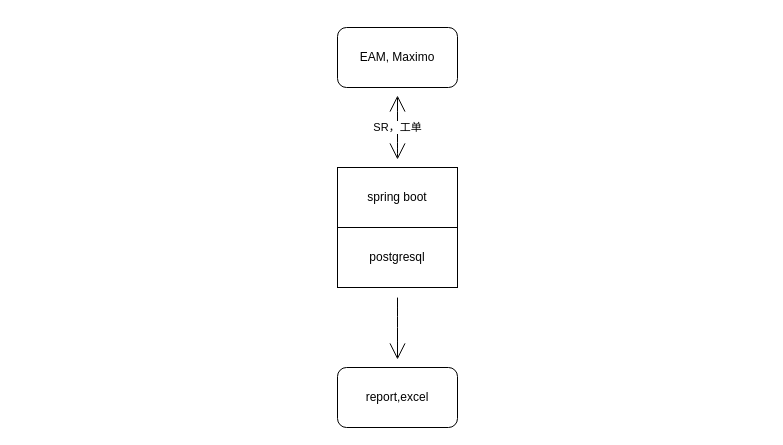
Before: 云端透视.drawio in tonyleifang/tony, a draw.io diagram. Source tidied: cells renumbered, new cells numbered last; positions are measured from the earlier drawing's top-left corner, leaving out a move shared by most shapes. Both pictures are drawn from the tidied source at 100%, with x=0, y=0 at pixel (337, 27).
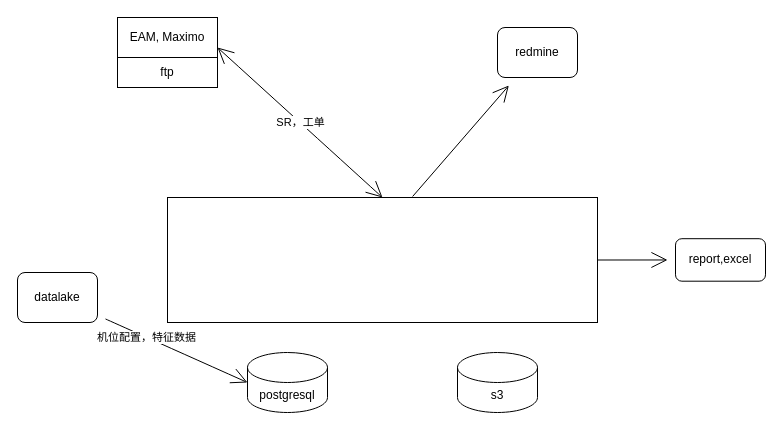
After the change.

Commit message:
更新云端透视.drawio

What changed in the source:
```diff
@@
 <mxGraphModel>
   <root>
     <mxCell id="0" />
     <mxCell id="1" parent="0" />
-    <mxCell id="2" style="edgeStyle=none;curved=1;rounded=0;jettySize=auto;html=1;endArrow=open;startSize=14;endSize=14;sourcePerimeterSpacing=8;targetPerimeterSpacing=8;" parent="1" edge="1" target="4">
-      <mxGeometry relative="1" as="geometry">
-        <mxPoint x="60" y="272" as="sourcePoint" />
-        <Array as="points">
-          <mxPoint x="60" y="260" />
-        </Array>
-      </mxGeometry>
-    </mxCell>
-    <mxCell id="3" value="SR，工单" style="edgeStyle=none;curved=1;rounded=0;jettySize=auto;html=1;endArrow=open;startSize=14;endSize=14;sourcePerimeterSpacing=8;targetPerimeterSpacing=8;startArrow=open;startFill=0;" parent="1" edge="1" target="5">
-      <mxGeometry relative="1" as="geometry">
-        <mxPoint x="60" y="132" as="sourcePoint" />
-      </mxGeometry>
+    <mxCell id="3" value="SR，工单" style="edgeStyle=none;curved=1;rounded=0;jettySize=auto;html=1;endArrow=open;startSize=14;endSize=14;sourcePerimeterSpacing=8;targetPerimeterSpacing=8;startArrow=open;startFill=0;entryX=1;entryY=0.75;entryDx=0;entryDy=0;exitX=0.5;exitY=0;exitDx=0;exitDy=0;" parent="1" edge="1" source="6" target="5">
+      <mxGeometry relative="1" as="geometry" />
     </mxCell>
     <mxCell id="4" value="report,excel" style="rounded=1;whiteSpace=wrap;html=1;hachureGap=4;" parent="1" vertex="1">
-      <mxGeometry y="340" width="120" height="60" as="geometry" />
+      <mxGeometry x="338" y="211.2" width="90" height="42.5" as="geometry" />
     </mxCell>
-    <mxCell id="5" value="EAM, Maximo" style="rounded=1;whiteSpace=wrap;html=1;hachureGap=4;" parent="1" vertex="1">
-      <mxGeometry width="120" height="60" as="geometry" />
+    <mxCell id="5" value="EAM, Maximo" style="rounded=0;whiteSpace=wrap;html=1;hachureGap=4;glass=0;" parent="1" vertex="1">
+      <mxGeometry x="-220" y="-10" width="100" height="40" as="geometry" />
     </mxCell>
+    <mxCell id="8" style="edgeStyle=none;rounded=0;jettySize=auto;html=1;exitX=1;exitY=0.5;exitDx=0;exitDy=0;startArrow=none;startFill=0;endArrow=open;startSize=14;endSize=14;sourcePerimeterSpacing=8;targetPerimeterSpacing=8;" parent="1" edge="1" source="6" target="4">
+      <mxGeometry relative="1" as="geometry" />
+    </mxCell>
-    <mxCell id="6" value="postgresql" style="rounded=0;whiteSpace=wrap;html=1;hachureGap=4;" parent="1" vertex="1">
-      <mxGeometry y="200" width="120" height="60" as="geometry" />
+    <mxCell id="6" style="rounded=0;whiteSpace=wrap;html=1;hachureGap=4;" parent="1" vertex="1">
+      <mxGeometry x="-170" y="170" width="430" height="125" as="geometry" />
     </mxCell>
-    <mxCell id="7" value="spring boot" style="rounded=0;whiteSpace=wrap;html=1;hachureGap=4;" parent="1" vertex="1">
-      <mxGeometry y="140" width="120" height="60" as="geometry" />
-    </mxCell>
+    <mxCell id="9" value="&lt;span&gt;postgresql&lt;/span&gt;" style="shape=cylinder3;whiteSpace=wrap;html=1;boundedLbl=1;backgroundOutline=1;size=15;hachureGap=4;" parent="1" vertex="1">
+      <mxGeometry x="-90" y="325" width="80" height="60" as="geometry" />
+    </mxCell>
+    <mxCell id="10" value="&lt;span&gt;s3&lt;/span&gt;" style="shape=cylinder3;whiteSpace=wrap;html=1;boundedLbl=1;backgroundOutline=1;size=15;hachureGap=4;" parent="1" vertex="1">
+      <mxGeometry x="120" y="325" width="80" height="60" as="geometry" />
+    </mxCell>
+    <mxCell id="11" style="edgeStyle=none;curved=1;rounded=0;jettySize=auto;html=1;startArrow=none;startFill=0;endArrow=open;startSize=14;endSize=14;sourcePerimeterSpacing=8;targetPerimeterSpacing=8;entryX=0;entryY=0.5;entryDx=0;entryDy=0;entryPerimeter=0;" parent="1" edge="1" source="13" target="9">
+      <mxGeometry relative="1" as="geometry" />
+    </mxCell>
+    <mxCell id="12" value="机位配置，特征数据" style="edgeLabel;html=1;align=center;verticalAlign=middle;" parent="11" vertex="1">
+      <mxGeometry x="-0.43" relative="1" as="geometry" />
+    </mxCell>
+    <mxCell id="13" value="datalake" style="rounded=1;whiteSpace=wrap;html=1;hachureGap=4;" parent="1" vertex="1">
+      <mxGeometry x="-320" y="245" width="80" height="50" as="geometry" />
+    </mxCell>
+    <mxCell id="14" style="edgeStyle=none;rounded=0;jettySize=auto;html=1;startArrow=open;startFill=0;endArrow=none;startSize=14;endSize=14;sourcePerimeterSpacing=8;targetPerimeterSpacing=8;endFill=0;entryX=0.57;entryY=-0.008;entryDx=0;entryDy=0;entryPerimeter=0;" parent="1" edge="1" source="15" target="6">
+      <mxGeometry relative="1" as="geometry" />
+    </mxCell>
+    <mxCell id="15" value="redmine" style="rounded=1;whiteSpace=wrap;html=1;hachureGap=4;" parent="1" vertex="1">
+      <mxGeometry x="160" width="80" height="50" as="geometry" />
+    </mxCell>
+    <mxCell id="16" value="ftp" style="rounded=0;whiteSpace=wrap;html=1;hachureGap=4;" parent="1" vertex="1">
+      <mxGeometry x="-220" y="30" width="100" height="30" as="geometry" />
+    </mxCell>
   </root>
 </mxGraphModel>
```
